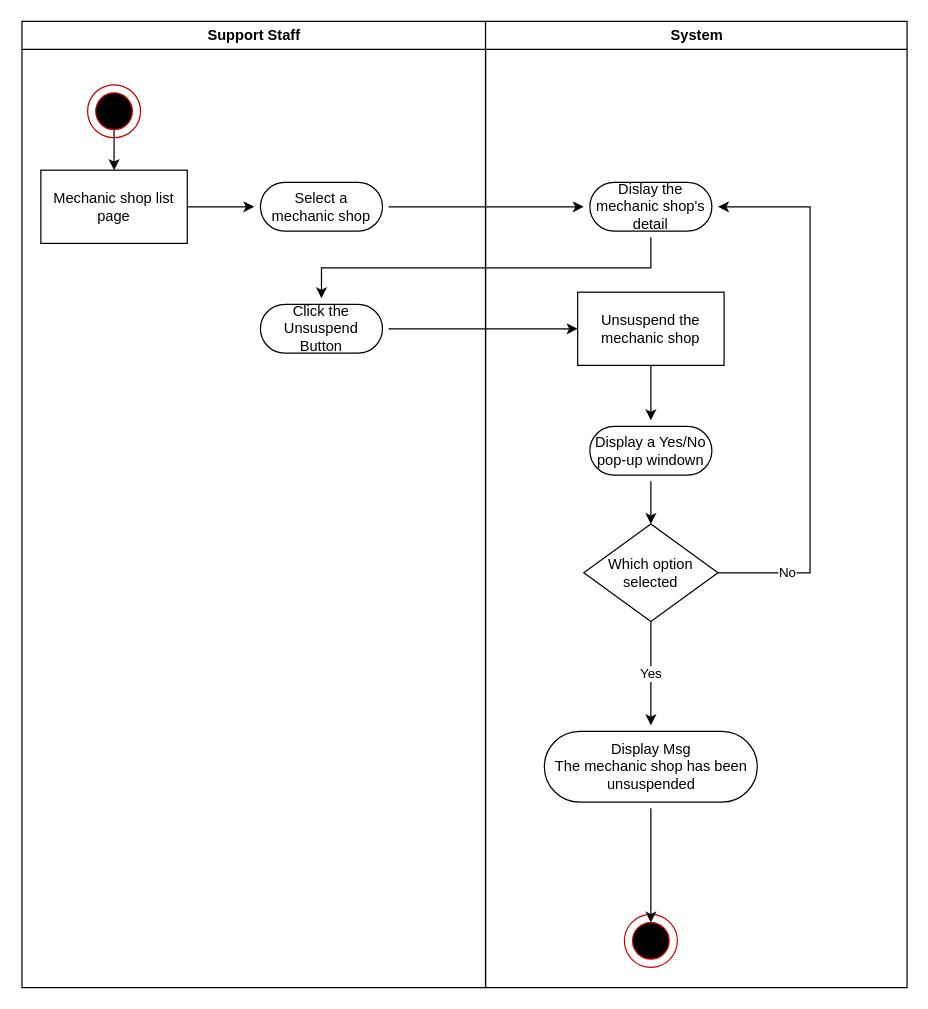
The draw.io diagram Activity_Diagrams/Support/UnsuspendMechanicShop.drawio in Awrmani/AutoQuotes, before the edit. Source tidied: cells renumbered, new cells numbered last; positions are measured from the earlier drawing's top-left corner, leaving out a move shared by most shapes. Both pictures are drawn from the tidied source at 122%, with x=0, y=0 at pixel (21, 21).
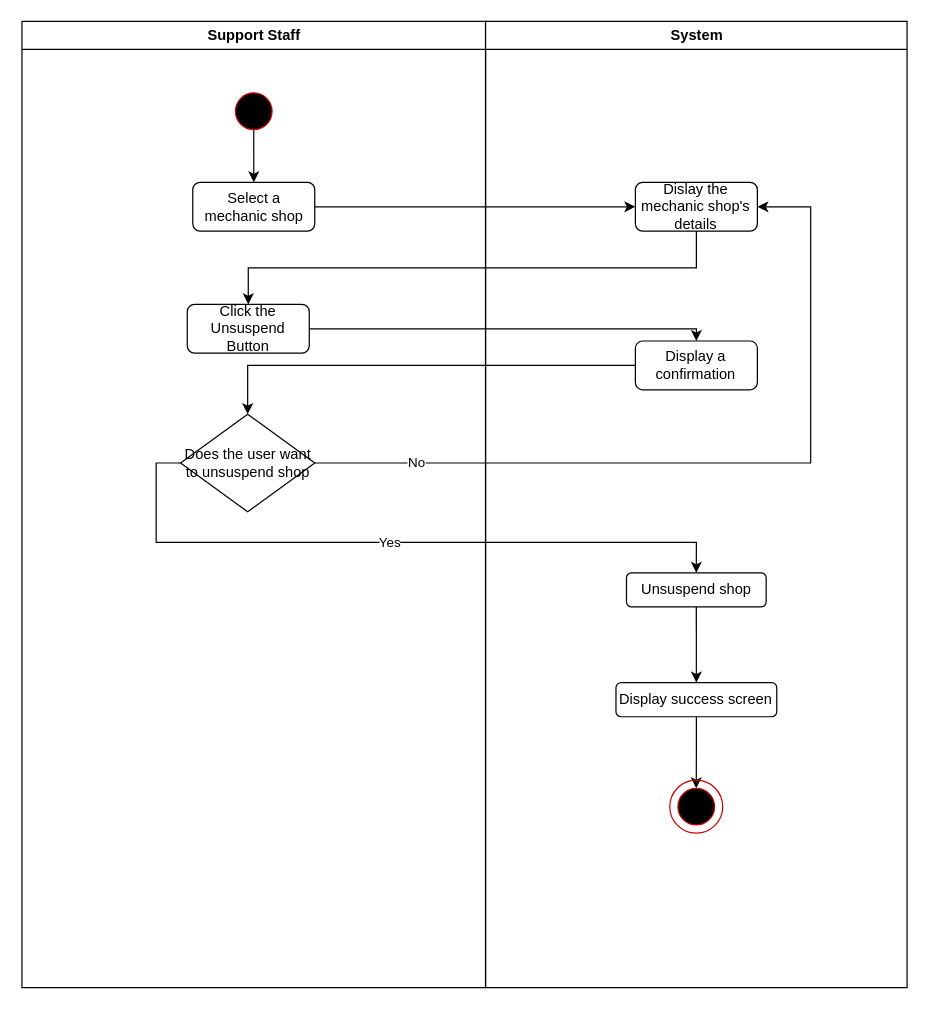
The same diagram, later.

Unchanged cells that the change refers to:
```xml
<mxCell id="2" value="Support Staff" style="swimlane;whiteSpace=wrap;" parent="1" vertex="1">
  <mxGeometry x="0.5" width="380" height="792" as="geometry" />
</mxCell>
<mxCell id="11" value="System" style="swimlane;whiteSpace=wrap;" parent="1" vertex="1">
  <mxGeometry x="380.5" width="345.5" height="792" as="geometry" />
</mxCell>
```

What changed in the source:
```diff
@@
-    <mxCell id="3" style="edgeStyle=orthogonalEdgeStyle;rounded=0;jettySize=auto;html=1;" parent="2" edge="1" source="4" target="9">
-      <mxGeometry relative="1" as="geometry" />
-    </mxCell>
-    <mxCell id="4" value="Mechanic shop list page" style="rounded=0;whiteSpace=wrap;html=1;" parent="2" vertex="1">
-      <mxGeometry x="15.5" y="122" width="120" height="60" as="geometry" />
-    </mxCell>
-    <mxCell id="5" style="edgeStyle=orthogonalEdgeStyle;rounded=0;jettySize=auto;html=1;" parent="2" edge="1" source="8" target="4">
-      <mxGeometry relative="1" as="geometry" />
-    </mxCell>
-    <mxCell id="6" style="group;" parent="2" vertex="1">
-      <mxGeometry x="53.8" y="52" width="43.4" height="43.4" as="geometry" />
-    </mxCell>
-    <mxCell id="7" style="ellipse;whiteSpace=wrap;html=1;fillColor=none;strokeColor=#CC0000;" parent="6" vertex="1">
-      <mxGeometry width="43.4" height="43.4" as="geometry" />
-    </mxCell>
-    <mxCell id="8" style="ellipse;whiteSpace=wrap;html=1;fillColor=#000000;strokeColor=#CC0000;" parent="6" vertex="1">
-      <mxGeometry x="6.7" y="6.7" width="30" height="30" as="geometry" />
-    </mxCell>
-    <mxCell id="9" value="Select a mechanic shop" style="rounded=1;whiteSpace=wrap;html=1;perimeterSpacing=5;arcSize=50;" parent="2" vertex="1">
-      <mxGeometry x="195.5" y="132" width="100" height="40" as="geometry" />
+    <mxCell id="9" value="Select a mechanic shop" style="rounded=1;whiteSpace=wrap;html=1;" parent="2" vertex="1">
+      <mxGeometry x="140" y="132" width="100" height="40" as="geometry" />
     </mxCell>
-    <mxCell id="10" value="Click the Unsuspend Button" style="rounded=1;whiteSpace=wrap;html=1;perimeterSpacing=5;arcSize=50;" parent="2" vertex="1">
-      <mxGeometry x="195.5" y="232" width="100" height="40" as="geometry" />
+    <mxCell id="10" value="Click the Unsuspend Button" style="rounded=1;whiteSpace=wrap;html=1;" parent="2" vertex="1">
+      <mxGeometry x="135.5" y="232" width="100" height="40" as="geometry" />
     </mxCell>
+    <mxCell id="29" style="edgeStyle=orthogonalEdgeStyle;rounded=0;jettySize=auto;html=1;entryX=0.5;entryY=0;entryDx=0;entryDy=0;" parent="2" edge="1" source="31" target="9">
+      <mxGeometry relative="1" as="geometry" />
+    </mxCell>
+    <mxCell id="30" style="group;" parent="2" vertex="1">
+      <mxGeometry x="168.3" y="52" width="43.4" height="43.4" as="geometry" />
+    </mxCell>
+    <mxCell id="31" style="ellipse;whiteSpace=wrap;html=1;fillColor=#000000;strokeColor=#CC0000;" parent="30" vertex="1">
+      <mxGeometry x="6.7" y="6.7" width="30" height="30" as="geometry" />
+    </mxCell>
+    <mxCell id="32" value="Does the user want to unsuspend shop" style="rhombus;whiteSpace=wrap;html=1;" parent="2" vertex="1">
+      <mxGeometry x="130" y="322" width="110" height="80" as="geometry" />
+    </mxCell>
@@
-    <mxCell id="12" style="group;" parent="11" vertex="1">
-      <mxGeometry x="113.8" y="732" width="43.4" height="43.4" as="geometry" />
-    </mxCell>
-    <mxCell id="13" style="ellipse;whiteSpace=wrap;html=1;fillColor=none;strokeColor=#CC0000;" parent="12" vertex="1">
-      <mxGeometry width="43.4" height="43.4" as="geometry" />
-    </mxCell>
-    <mxCell id="14" style="ellipse;whiteSpace=wrap;html=1;fillColor=#000000;strokeColor=#CC0000;" parent="12" vertex="1">
-      <mxGeometry x="6.7" y="6.7" width="30" height="30" as="geometry" />
-    </mxCell>
-    <mxCell id="15" value="Dislay the mechanic shop's detail" style="rounded=1;whiteSpace=wrap;html=1;perimeterSpacing=5;arcSize=50;" parent="11" vertex="1">
-      <mxGeometry x="85.5" y="132" width="100" height="40" as="geometry" />
-    </mxCell>
-    <mxCell id="16" style="edgeStyle=orthogonalEdgeStyle;rounded=0;jettySize=auto;html=1;" parent="11" edge="1" source="17" target="21">
-      <mxGeometry relative="1" as="geometry" />
-    </mxCell>
-    <mxCell id="17" value="Unsuspend the mechanic shop" style="rounded=0;whiteSpace=wrap;html=1;" parent="11" vertex="1">
-      <mxGeometry x="75.5" y="222" width="120" height="60" as="geometry" />
-    </mxCell>
-    <mxCell id="18" style="edgeStyle=orthogonalEdgeStyle;rounded=0;jettySize=auto;html=1;" parent="11" edge="1" source="19" target="14">
-      <mxGeometry relative="1" as="geometry" />
-    </mxCell>
-    <mxCell id="19" value="Display Msg&lt;br&gt;The mechanic shop has been unsuspended" style="rounded=1;whiteSpace=wrap;html=1;perimeterSpacing=5;arcSize=50;" parent="11" vertex="1">
-      <mxGeometry x="48.2" y="582" width="174.5" height="58" as="geometry" />
-    </mxCell>
-    <mxCell id="20" style="edgeStyle=orthogonalEdgeStyle;rounded=0;jettySize=auto;html=1;" parent="11" edge="1" source="21" target="25">
-      <mxGeometry relative="1" as="geometry" />
-    </mxCell>
-    <mxCell id="21" value="Display a Yes/No pop-up windown" style="rounded=1;whiteSpace=wrap;html=1;perimeterSpacing=5;arcSize=50;" parent="11" vertex="1">
-      <mxGeometry x="85.5" y="332" width="100" height="40" as="geometry" />
-    </mxCell>
+    <mxCell id="33" value="Dislay the mechanic shop's details" style="rounded=1;whiteSpace=wrap;html=1;" parent="11" vertex="1">
+      <mxGeometry x="122.8" y="132" width="100" height="40" as="geometry" />
+    </mxCell>
+    <mxCell id="34" style="edgeStyle=orthogonalEdgeStyle;rounded=0;jettySize=auto;html=1;" parent="11" edge="1" source="35" target="41">
+      <mxGeometry relative="1" as="geometry" />
+    </mxCell>
+    <mxCell id="35" value="Display success screen" style="rounded=1;whiteSpace=wrap;html=1;" parent="11" vertex="1">
+      <mxGeometry x="106.9" y="542" width="131.8" height="28" as="geometry" />
+    </mxCell>
+    <mxCell id="36" value="Display a confirmation" style="rounded=1;whiteSpace=wrap;html=1;" parent="11" vertex="1">
+      <mxGeometry x="122.8" y="262" width="100" height="40" as="geometry" />
+    </mxCell>
+    <mxCell id="37" style="edgeStyle=orthogonalEdgeStyle;rounded=0;jettySize=auto;html=1;exitX=0.5;exitY=1;exitDx=0;exitDy=0;entryX=0.5;entryY=0;entryDx=0;entryDy=0;" parent="11" edge="1" source="38" target="35">
+      <mxGeometry relative="1" as="geometry" />
+    </mxCell>
+    <mxCell id="38" value="Unsuspend shop" style="rounded=1;whiteSpace=wrap;html=1;" parent="11" vertex="1">
+      <mxGeometry x="115.5" y="452" width="114.5" height="28" as="geometry" />
+    </mxCell>
+    <mxCell id="39" style="group;" parent="11" vertex="1">
+      <mxGeometry x="151" y="622" width="43.4" height="43.4" as="geometry" />
+    </mxCell>
+    <mxCell id="40" style="ellipse;whiteSpace=wrap;html=1;fillColor=none;strokeColor=#CC0000;" parent="39" vertex="1">
+      <mxGeometry width="43.4" height="43.4" as="geometry" />
+    </mxCell>
+    <mxCell id="41" style="ellipse;whiteSpace=wrap;html=1;fillColor=#000000;strokeColor=#CC0000;" parent="39" vertex="1">
+      <mxGeometry x="6.7" y="6.7" width="30" height="30" as="geometry" />
+    </mxCell>
+    <mxCell id="42" style="edgeStyle=orthogonalEdgeStyle;rounded=0;jettySize=auto;html=1;" parent="1" edge="1" source="9" target="33">
+      <mxGeometry relative="1" as="geometry" />
+    </mxCell>
+    <mxCell id="43" style="edgeStyle=orthogonalEdgeStyle;rounded=0;jettySize=auto;html=1;entryX=0.5;entryY=0;entryDx=0;entryDy=0;exitX=0.5;exitY=1;exitDx=0;exitDy=0;" parent="1" edge="1" source="33" target="10">
+      <mxGeometry relative="1" as="geometry">
+        <Array as="points">
+          <mxPoint x="553" y="202" />
+          <mxPoint x="186" y="202" />
+        </Array>
+      </mxGeometry>
+    </mxCell>
+    <mxCell id="44" style="edgeStyle=orthogonalEdgeStyle;rounded=0;jettySize=auto;html=1;entryX=0.5;entryY=0;entryDx=0;entryDy=0;" parent="1" edge="1" source="10" target="36">
+      <mxGeometry relative="1" as="geometry">
+        <Array as="points">
+          <mxPoint x="553" y="252" />
+          <mxPoint x="553" y="262" />
+        </Array>
+      </mxGeometry>
+    </mxCell>
+    <mxCell id="45" style="edgeStyle=orthogonalEdgeStyle;rounded=0;jettySize=auto;html=1;" parent="1" edge="1" source="36" target="32">
+      <mxGeometry relative="1" as="geometry" />
+    </mxCell>
-    <mxCell id="22" value="Yes" style="edgeStyle=orthogonalEdgeStyle;rounded=0;jettySize=auto;html=1;" parent="11" edge="1" source="25" target="19">
+    <mxCell id="22" value="Yes" style="edgeStyle=orthogonalEdgeStyle;rounded=0;jettySize=auto;html=1;exitX=0;exitY=0.5;exitDx=0;exitDy=0;entryX=0.5;entryY=0;entryDx=0;entryDy=0;" parent="1" edge="1" source="32" target="38">
       <mxGeometry relative="1" as="geometry" />
     </mxCell>
-    <mxCell id="23" style="edgeStyle=orthogonalEdgeStyle;rounded=0;jettySize=auto;html=1;entryX=1;entryY=0.5;entryDx=0;entryDy=0;" parent="11" edge="1" source="25" target="15">
-      <mxGeometry relative="1" as="geometry">
-        <Array as="points">
-          <mxPoint x="266" y="452" />
-          <mxPoint x="266" y="152" />
-        </Array>
-      </mxGeometry>
-    </mxCell>
+    <mxCell id="46" style="edgeStyle=orthogonalEdgeStyle;rounded=0;jettySize=auto;html=1;entryX=1;entryY=0.5;entryDx=0;entryDy=0;exitX=1;exitY=0.5;exitDx=0;exitDy=0;" parent="1" edge="1" source="32" target="33">
+      <mxGeometry relative="1" as="geometry">
+        <Array as="points">
+          <mxPoint x="647" y="362" />
+          <mxPoint x="647" y="152" />
+        </Array>
+      </mxGeometry>
+    </mxCell>
-    <mxCell id="24" value="No" style="edgeLabel;html=1;align=center;verticalAlign=middle;" parent="23" vertex="1">
+    <mxCell id="24" value="No" style="edgeLabel;html=1;align=center;verticalAlign=middle;" parent="46" vertex="1">
       <mxGeometry x="-0.75" y="1" relative="1" as="geometry" />
     </mxCell>
-    <mxCell id="25" value="Which option selected" style="rhombus;whiteSpace=wrap;html=1;" parent="11" vertex="1">
-      <mxGeometry x="80.5" y="412" width="110" height="80" as="geometry" />
-    </mxCell>
-    <mxCell id="26" style="edgeStyle=orthogonalEdgeStyle;rounded=0;jettySize=auto;html=1;" parent="1" edge="1" source="9" target="15">
-      <mxGeometry relative="1" as="geometry" />
-    </mxCell>
-    <mxCell id="27" style="edgeStyle=orthogonalEdgeStyle;rounded=0;jettySize=auto;html=1;entryX=0.5;entryY=0;entryDx=0;entryDy=0;" parent="1" edge="1" source="15" target="10">
-      <mxGeometry relative="1" as="geometry">
-        <Array as="points">
-          <mxPoint x="516" y="202" />
-          <mxPoint x="246" y="202" />
-        </Array>
-      </mxGeometry>
-    </mxCell>
-    <mxCell id="28" style="edgeStyle=orthogonalEdgeStyle;rounded=0;jettySize=auto;html=1;" parent="1" edge="1" source="10" target="17">
-      <mxGeometry relative="1" as="geometry">
-        <Array as="points">
-          <mxPoint x="396" y="252" />
-          <mxPoint x="396" y="252" />
-        </Array>
-      </mxGeometry>
-    </mxCell>
```
